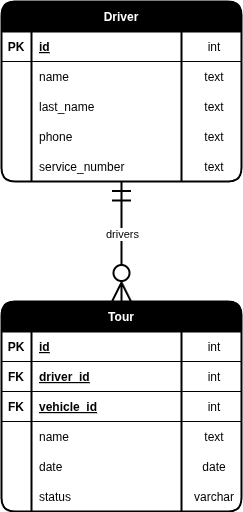
Above: docs/database/erd.drawio.png in gabrielbindi/VoBi-Tour (draw.io), before the change. Source tidied: cells renumbered, new cells last; positions are measured from the earlier drawing's top-left corner, leaving out a move shared by most shapes.
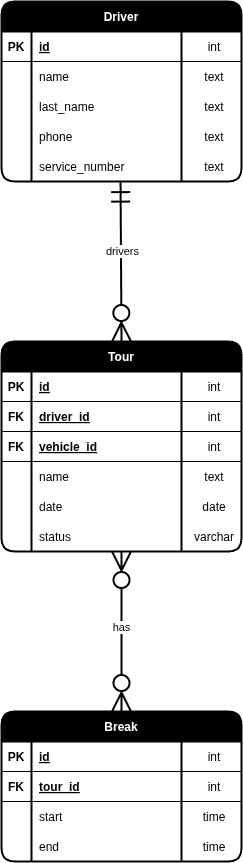
Later version of the same file.

Commit message:
#19 Break added many to many

Change to the diagram source:
```diff
@@ -3,7 +3,7 @@
     <mxCell id="0" />
     <mxCell id="1" parent="0" />
     <mxCell id="2" value="Driver" style="shape=table;startSize=30;rowLines=0;fontStyle=1;align=center;swimlaneFillColor=none;fillColor=#000000;fontColor=#FFFFFF;strokeWidth=2;rounded=1;" parent="1" vertex="1">
-      <mxGeometry width="240" height="180" as="geometry" />
+      <mxGeometry y="-60" width="240" height="180" as="geometry" />
     </mxCell>
     <mxCell id="3" style="shape=tableRow;horizontal=0;startSize=0;swimlaneHead=0;swimlaneBody=0;fillColor=none;top=0;left=0;right=0;bottom=1;" parent="2" vertex="1">
       <mxGeometry y="30" width="240" height="30" as="geometry" />
@@ -66,7 +66,7 @@
       <mxGeometry x="180" width="60" height="30" as="geometry" />
     </mxCell>
     <mxCell id="23" value="Tour" style="shape=table;startSize=30;rowLines=0;fontStyle=1;align=center;swimlaneFillColor=none;fillColor=#000000;fontColor=#FFFFFF;strokeWidth=2;rounded=1;" parent="1" vertex="1">
-      <mxGeometry y="300" width="240" height="210" as="geometry" />
+      <mxGeometry y="280" width="240" height="210" as="geometry" />
     </mxCell>
     <mxCell id="24" style="shape=tableRow;horizontal=0;startSize=0;swimlaneHead=0;swimlaneBody=0;fillColor=none;top=0;left=0;right=0;bottom=1;" parent="23" vertex="1">
       <mxGeometry y="30" width="240" height="30" as="geometry" />
@@ -140,13 +140,68 @@
     <mxCell id="47" value="varchar" style="shape=partialRectangle;fillColor=none;top=0;left=0;bottom=0;right=0;align=center;spacingLeft=6;overflow=hidden;" parent="44" vertex="1">
       <mxGeometry x="180" width="60" height="30" as="geometry" />
     </mxCell>
-    <mxCell id="48" style="fontSize=12;html=1;endArrow=ERzeroToMany;startArrow=ERmandOne;entryX=0.5;entryY=0;entryDx=0;entryDy=0;endSize=16;startSize=16;targetPerimeterSpacing=0;strokeWidth=2;" parent="1" edge="1" target="23">
-      <mxGeometry relative="1" as="geometry">
-        <mxPoint x="120" y="180" as="sourcePoint" />
-      </mxGeometry>
+    <mxCell id="48" style="fontSize=12;html=1;endArrow=ERzeroToMany;startArrow=ERmandOne;entryX=0.5;entryY=0;entryDx=0;entryDy=0;endSize=16;startSize=16;targetPerimeterSpacing=0;strokeWidth=2;exitX=0.496;exitY=1.037;exitDx=0;exitDy=0;exitPerimeter=0;" parent="1" edge="1" source="19" target="23">
+      <mxGeometry relative="1" as="geometry" />
     </mxCell>
     <mxCell id="49" value="drivers" style="edgeLabel;html=1;align=center;verticalAlign=middle;" parent="48" vertex="1">
       <mxGeometry x="-0.13" y="1" relative="1" as="geometry" />
     </mxCell>
+    <mxCell id="50" value="Break" style="shape=table;startSize=30;rowLines=0;fontStyle=1;align=center;swimlaneFillColor=none;fillColor=#000000;fontColor=#FFFFFF;strokeWidth=2;rounded=1;" parent="1" vertex="1">
+      <mxGeometry y="650" width="240" height="150" as="geometry" />
+    </mxCell>
+    <mxCell id="51" style="shape=tableRow;horizontal=0;startSize=0;swimlaneHead=0;swimlaneBody=0;fillColor=none;top=0;left=0;right=0;bottom=1;" parent="50" vertex="1">
+      <mxGeometry y="30" width="240" height="30" as="geometry" />
+    </mxCell>
+    <mxCell id="52" value="PK" style="shape=partialRectangle;fillColor=none;top=0;left=0;bottom=0;right=0;fontStyle=1;overflow=hidden;" parent="51" vertex="1">
+      <mxGeometry width="30" height="30" as="geometry" />
+    </mxCell>
+    <mxCell id="53" value="id" style="shape=partialRectangle;fillColor=none;top=0;left=0;bottom=0;right=0;align=left;spacingLeft=6;fontStyle=5;overflow=hidden;" parent="51" vertex="1">
+      <mxGeometry x="30" width="150" height="30" as="geometry" />
+    </mxCell>
+    <mxCell id="54" value="int" style="shape=partialRectangle;fillColor=none;top=0;left=0;bottom=0;right=0;align=center;spacingLeft=6;fontStyle=0;overflow=hidden;" parent="51" vertex="1">
+      <mxGeometry x="180" width="60" height="30" as="geometry" />
+    </mxCell>
+    <mxCell id="55" style="shape=tableRow;horizontal=0;startSize=0;swimlaneHead=0;swimlaneBody=0;fillColor=none;top=0;left=0;right=0;bottom=1;" parent="50" vertex="1">
+      <mxGeometry y="60" width="240" height="30" as="geometry" />
+    </mxCell>
+    <mxCell id="56" value="FK" style="shape=partialRectangle;fillColor=none;top=0;left=0;bottom=0;right=0;fontStyle=1;overflow=hidden;" parent="55" vertex="1">
+      <mxGeometry width="30" height="30" as="geometry" />
+    </mxCell>
+    <mxCell id="57" value="tour_id" style="shape=partialRectangle;fillColor=none;top=0;left=0;bottom=0;right=0;align=left;spacingLeft=6;fontStyle=5;overflow=hidden;" parent="55" vertex="1">
+      <mxGeometry x="30" width="150" height="30" as="geometry" />
+    </mxCell>
+    <mxCell id="58" value="int" style="shape=partialRectangle;fillColor=none;top=0;left=0;bottom=0;right=0;align=center;spacingLeft=6;fontStyle=0;overflow=hidden;" parent="55" vertex="1">
+      <mxGeometry x="180" width="60" height="30" as="geometry" />
+    </mxCell>
+    <mxCell id="59" style="shape=tableRow;horizontal=0;startSize=0;swimlaneHead=0;swimlaneBody=0;fillColor=none;top=0;left=0;right=0;bottom=0;" parent="50" vertex="1">
+      <mxGeometry y="90" width="240" height="30" as="geometry" />
+    </mxCell>
+    <mxCell id="60" style="shape=partialRectangle;fillColor=none;top=0;left=0;bottom=0;right=0;overflow=hidden;" parent="59" vertex="1">
+      <mxGeometry width="30" height="30" as="geometry" />
+    </mxCell>
+    <mxCell id="61" value="start" style="shape=partialRectangle;fillColor=none;top=0;left=0;bottom=0;right=0;align=left;spacingLeft=6;overflow=hidden;" parent="59" vertex="1">
+      <mxGeometry x="30" width="150" height="30" as="geometry" />
+    </mxCell>
+    <mxCell id="62" value="time" style="shape=partialRectangle;fillColor=none;top=0;left=0;bottom=0;right=0;align=center;spacingLeft=6;overflow=hidden;" parent="59" vertex="1">
+      <mxGeometry x="180" width="60" height="30" as="geometry" />
+    </mxCell>
+    <mxCell id="63" style="shape=tableRow;horizontal=0;startSize=0;swimlaneHead=0;swimlaneBody=0;fillColor=none;top=0;left=0;right=0;bottom=0;" parent="50" vertex="1">
+      <mxGeometry y="120" width="240" height="30" as="geometry" />
+    </mxCell>
+    <mxCell id="64" style="shape=partialRectangle;fillColor=none;top=0;left=0;bottom=0;right=0;overflow=hidden;" parent="63" vertex="1">
+      <mxGeometry width="30" height="30" as="geometry" />
+    </mxCell>
+    <mxCell id="65" value="end" style="shape=partialRectangle;fillColor=none;top=0;left=0;bottom=0;right=0;align=left;spacingLeft=6;overflow=hidden;" parent="63" vertex="1">
+      <mxGeometry x="30" width="150" height="30" as="geometry" />
+    </mxCell>
+    <mxCell id="66" value="time" style="shape=partialRectangle;fillColor=none;top=0;left=0;bottom=0;right=0;align=center;spacingLeft=6;overflow=hidden;" parent="63" vertex="1">
+      <mxGeometry x="180" width="60" height="30" as="geometry" />
+    </mxCell>
+    <mxCell id="67" style="fontSize=12;html=1;endArrow=ERzeroToMany;endFill=1;startArrow=ERzeroToMany;endSize=16;startSize=16;strokeWidth=2;entryX=0.5;entryY=1;entryDx=0;entryDy=0;exitX=0.5;exitY=0;exitDx=0;exitDy=0;" parent="1" edge="1" source="50" target="23">
+      <mxGeometry relative="1" as="geometry" />
+    </mxCell>
+    <mxCell id="68" value="has" style="edgeLabel;html=1;align=center;verticalAlign=middle;" parent="67" vertex="1">
+      <mxGeometry x="0.05" relative="1" as="geometry" />
+    </mxCell>
   </root>
 </mxGraphModel>
```
